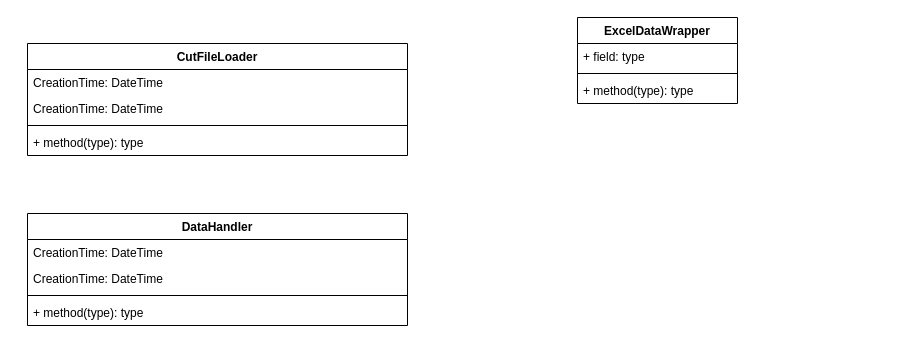
The draw.io diagram page "Page-1" (1 of 2) of design/architecture.drawio in YaolinGe/OD, before the edit. Source tidied: cells renumbered, new cells numbered last; positions are measured from the earlier drawing's top-left corner, leaving out a move shared by most shapes. Both pictures are drawn from the tidied source at 100%, with x=0, y=0 at pixel (27, 17).
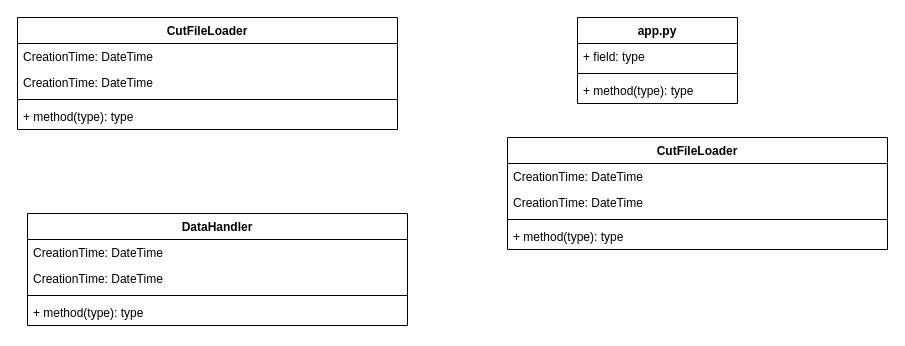
Above is the later version.

Change to the diagram source:
```diff
@@
     <mxCell id="2" value="CutFileLoader&lt;br&gt;" style="swimlane;fontStyle=1;align=center;verticalAlign=top;horizontal=1;startSize=26;whiteSpace=wrap;html=1;" parent="1" vertex="1">
-      <mxGeometry y="26" width="380" height="112" as="geometry" />
+      <mxGeometry x="-10" width="380" height="112" as="geometry" />
     </mxCell>
@@
-    <mxCell id="7" value="ExcelDataWrapper" style="swimlane;fontStyle=1;align=center;verticalAlign=top;horizontal=1;startSize=26;whiteSpace=wrap;html=1;" parent="1" vertex="1">
+    <mxCell id="7" value="app.py" style="swimlane;fontStyle=1;align=center;verticalAlign=top;horizontal=1;startSize=26;whiteSpace=wrap;html=1;" parent="1" vertex="1">
       <mxGeometry x="550" width="160" height="86" as="geometry" />
     </mxCell>
@@
+    <mxCell id="16" value="CutFileLoader&lt;br&gt;" style="swimlane;fontStyle=1;align=center;verticalAlign=top;horizontal=1;startSize=26;whiteSpace=wrap;html=1;" parent="1" vertex="1">
+      <mxGeometry x="480" y="120" width="380" height="112" as="geometry" />
+    </mxCell>
+    <mxCell id="17" value="CreationTime: DateTime" style="text;strokeColor=none;fillColor=none;align=left;verticalAlign=top;spacingLeft=4;spacingRight=4;overflow=hidden;whiteSpace=wrap;html=1;" parent="16" vertex="1">
+      <mxGeometry y="26" width="380" height="26" as="geometry" />
+    </mxCell>
+    <mxCell id="18" value="CreationTime: DateTime" style="text;strokeColor=none;fillColor=none;align=left;verticalAlign=top;spacingLeft=4;spacingRight=4;overflow=hidden;whiteSpace=wrap;html=1;" parent="16" vertex="1">
+      <mxGeometry y="52" width="380" height="26" as="geometry" />
+    </mxCell>
+    <mxCell id="19" style="line;strokeWidth=1;fillColor=none;align=left;verticalAlign=middle;spacingTop=-1;spacingLeft=3;spacingRight=3;labelPosition=right;strokeColor=inherit;" parent="16" vertex="1">
+      <mxGeometry y="78" width="380" height="8" as="geometry" />
+    </mxCell>
+    <mxCell id="20" value="+ method(type): type" style="text;strokeColor=none;fillColor=none;align=left;verticalAlign=top;spacingLeft=4;spacingRight=4;overflow=hidden;whiteSpace=wrap;html=1;" parent="16" vertex="1">
+      <mxGeometry y="86" width="380" height="26" as="geometry" />
+    </mxCell>
```
